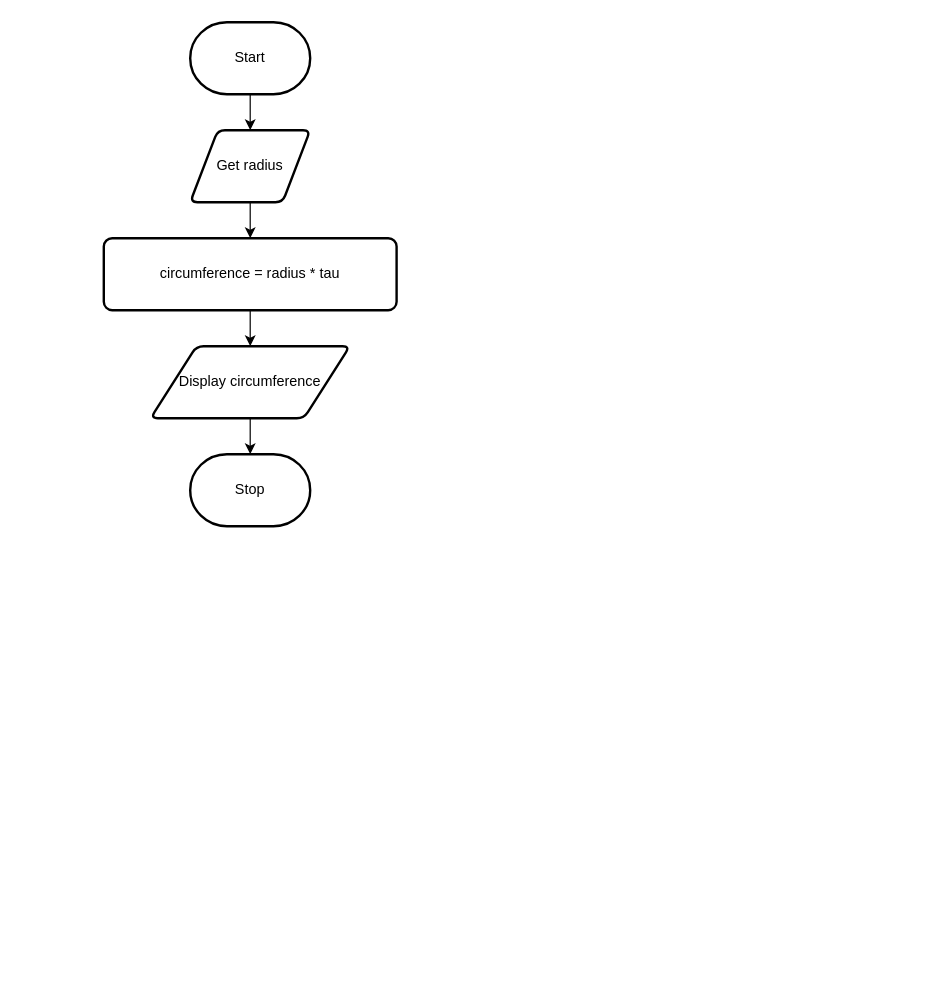
Samuel-Webster-178/ICS3U-Unit4-Unit4-07-Python keeps this draw.io diagram as page "Flowchart" (2 of 2) of design.drawio. Above is the earlier version. Source tidied: cells renumbered, new cells numbered last; positions are measured from the earlier drawing's top-left corner, leaving out a move shared by most shapes. Both pictures are drawn from the tidied source at 120%, with x=0, y=0 at pixel (103, 22).
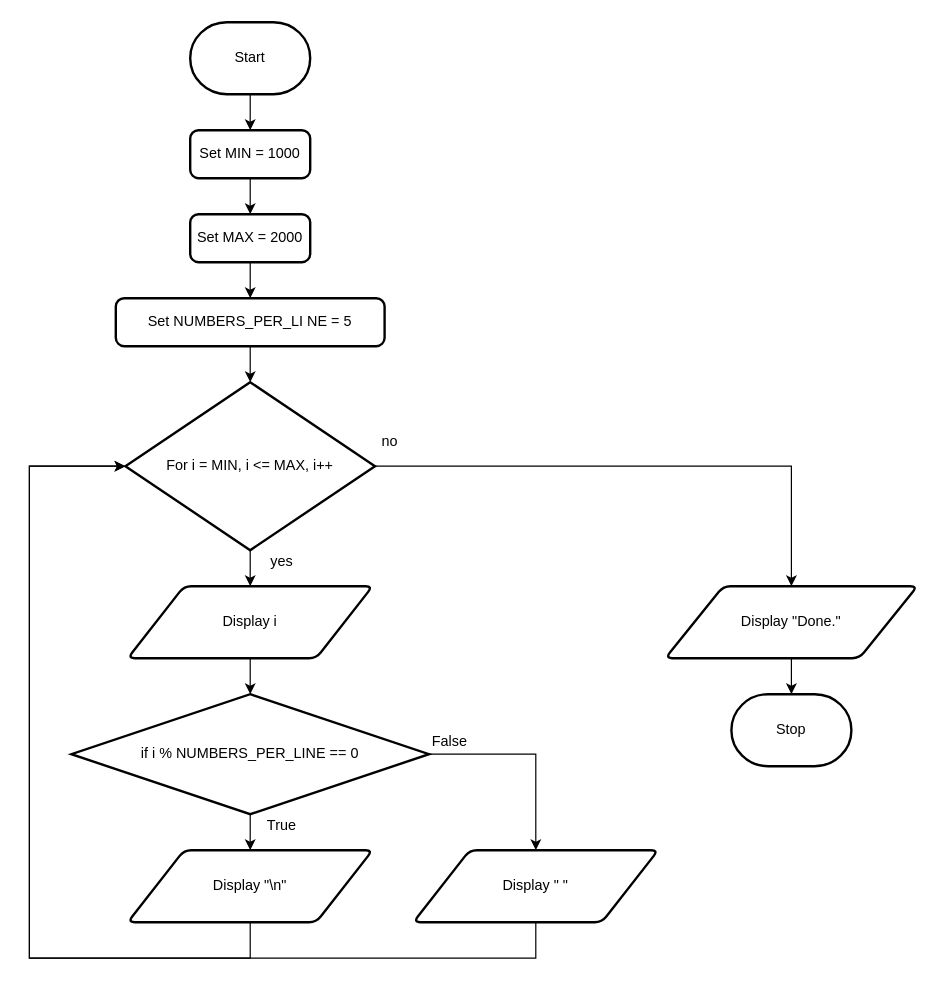
After the change.

Unchanged cells that the change refers to:
```xml
<mxCell id="3" value="Start" style="strokeWidth=2;html=1;shape=mxgraph.flowchart.terminator;whiteSpace=wrap;" parent="1" vertex="1">
  <mxGeometry x="72" width="100" height="60" as="geometry" />
</mxCell>
```

The edit, as a diff of the source:
```diff
@@
-    <mxCell id="2" style="edgeStyle=none;html=1;" parent="1" edge="1" source="3" target="5">
-      <mxGeometry relative="1" as="geometry" />
+    <mxCell id="2" style="edgeStyle=none;html=1;" parent="1" edge="1" source="3">
+      <mxGeometry relative="1" as="geometry">
+        <mxPoint x="122" y="90" as="targetPoint" />
+      </mxGeometry>
     </mxCell>
@@
-    <mxCell id="4" style="edgeStyle=none;html=1;" parent="1" edge="1" source="5" target="7">
-      <mxGeometry relative="1" as="geometry" />
-    </mxCell>
-    <mxCell id="5" value="Get radius" style="shape=parallelogram;html=1;strokeWidth=2;perimeter=parallelogramPerimeter;whiteSpace=wrap;rounded=1;arcSize=12;size=0.23;" parent="1" vertex="1">
-      <mxGeometry x="72" y="90" width="100" height="60" as="geometry" />
-    </mxCell>
-    <mxCell id="6" style="edgeStyle=none;html=1;" parent="1" edge="1" source="7" target="9">
-      <mxGeometry relative="1" as="geometry" />
-    </mxCell>
-    <mxCell id="7" value="circumference = radius * tau" style="rounded=1;whiteSpace=wrap;html=1;absoluteArcSize=1;arcSize=14;strokeWidth=2;" parent="1" vertex="1">
-      <mxGeometry y="180" width="244" height="60" as="geometry" />
-    </mxCell>
-    <mxCell id="8" style="edgeStyle=none;html=1;" parent="1" edge="1" source="9" target="10">
-      <mxGeometry relative="1" as="geometry" />
-    </mxCell>
-    <mxCell id="9" value="Display circumference" style="shape=parallelogram;html=1;strokeWidth=2;perimeter=parallelogramPerimeter;whiteSpace=wrap;rounded=1;arcSize=12;size=0.23;" parent="1" vertex="1">
-      <mxGeometry x="39" y="270" width="166" height="60" as="geometry" />
-    </mxCell>
     <mxCell id="10" value="Stop" style="strokeWidth=2;html=1;shape=mxgraph.flowchart.terminator;whiteSpace=wrap;" parent="1" vertex="1">
-      <mxGeometry x="72" y="360" width="100" height="60" as="geometry" />
+      <mxGeometry x="523" y="560" width="100" height="60" as="geometry" />
     </mxCell>
+    <mxCell id="11" style="edgeStyle=none;html=1;" parent="1" edge="1" source="12" target="14">
+      <mxGeometry relative="1" as="geometry" />
+    </mxCell>
+    <mxCell id="12" value="Set MIN = 1000" style="rounded=1;whiteSpace=wrap;html=1;absoluteArcSize=1;arcSize=14;strokeWidth=2;" parent="1" vertex="1">
+      <mxGeometry x="72" y="90" width="100" height="40" as="geometry" />
+    </mxCell>
+    <mxCell id="13" style="edgeStyle=none;html=1;" parent="1" edge="1" source="14" target="16">
+      <mxGeometry relative="1" as="geometry" />
+    </mxCell>
+    <mxCell id="14" value="Set MAX = 2000" style="rounded=1;whiteSpace=wrap;html=1;absoluteArcSize=1;arcSize=14;strokeWidth=2;" parent="1" vertex="1">
+      <mxGeometry x="72" y="160" width="100" height="40" as="geometry" />
+    </mxCell>
+    <mxCell id="15" style="edgeStyle=orthogonalEdgeStyle;html=1;" parent="1" edge="1" source="16" target="19">
+      <mxGeometry relative="1" as="geometry" />
+    </mxCell>
+    <mxCell id="16" value="Set NUMBERS_PER_LI NE = 5" style="rounded=1;whiteSpace=wrap;html=1;absoluteArcSize=1;arcSize=14;strokeWidth=2;" parent="1" vertex="1">
+      <mxGeometry x="10" y="230" width="224" height="40" as="geometry" />
+    </mxCell>
+    <mxCell id="17" style="edgeStyle=orthogonalEdgeStyle;html=1;" parent="1" edge="1" source="19">
+      <mxGeometry relative="1" as="geometry">
+        <mxPoint x="122" y="470" as="targetPoint" />
+      </mxGeometry>
+    </mxCell>
+    <mxCell id="18" style="edgeStyle=orthogonalEdgeStyle;rounded=0;html=1;entryX=0.5;entryY=0;entryDx=0;entryDy=0;" parent="1" edge="1" source="19" target="30">
+      <mxGeometry relative="1" as="geometry" />
+    </mxCell>
+    <mxCell id="19" value="For i = MIN, i &amp;lt;= MAX, i++" style="strokeWidth=2;html=1;shape=mxgraph.flowchart.decision;whiteSpace=wrap;" parent="1" vertex="1">
+      <mxGeometry x="18" y="300" width="208" height="140" as="geometry" />
+    </mxCell>
+    <mxCell id="20" style="edgeStyle=orthogonalEdgeStyle;html=1;" parent="1" edge="1" source="21" target="24">
+      <mxGeometry relative="1" as="geometry" />
+    </mxCell>
+    <mxCell id="21" value="Display i" style="shape=parallelogram;html=1;strokeWidth=2;perimeter=parallelogramPerimeter;whiteSpace=wrap;rounded=1;arcSize=12;size=0.23;" parent="1" vertex="1">
+      <mxGeometry x="20" y="470" width="204" height="60" as="geometry" />
+    </mxCell>
+    <mxCell id="22" style="edgeStyle=orthogonalEdgeStyle;html=1;" parent="1" edge="1" source="24" target="26">
+      <mxGeometry relative="1" as="geometry" />
+    </mxCell>
+    <mxCell id="23" style="edgeStyle=orthogonalEdgeStyle;html=1;entryX=0.5;entryY=0;entryDx=0;entryDy=0;rounded=0;" parent="1" edge="1" source="24" target="28">
+      <mxGeometry relative="1" as="geometry">
+        <Array as="points">
+          <mxPoint x="360" y="610" />
+        </Array>
+      </mxGeometry>
+    </mxCell>
+    <mxCell id="24" value="if i % NUMBERS_PER_LINE == 0" style="strokeWidth=2;html=1;shape=mxgraph.flowchart.decision;whiteSpace=wrap;" parent="1" vertex="1">
+      <mxGeometry x="-27" y="560" width="298" height="100" as="geometry" />
+    </mxCell>
+    <mxCell id="25" style="edgeStyle=orthogonalEdgeStyle;rounded=0;html=1;" parent="1" edge="1" source="26">
+      <mxGeometry relative="1" as="geometry">
+        <mxPoint x="18" y="370" as="targetPoint" />
+        <Array as="points">
+          <mxPoint x="122" y="780" />
+          <mxPoint x="-62" y="780" />
+          <mxPoint x="-62" y="370" />
+        </Array>
+      </mxGeometry>
+    </mxCell>
+    <mxCell id="26" value="Display &quot;\n&quot;" style="shape=parallelogram;html=1;strokeWidth=2;perimeter=parallelogramPerimeter;whiteSpace=wrap;rounded=1;arcSize=12;size=0.23;" parent="1" vertex="1">
+      <mxGeometry x="20" y="690" width="204" height="60" as="geometry" />
+    </mxCell>
+    <mxCell id="27" style="edgeStyle=orthogonalEdgeStyle;rounded=0;html=1;entryX=0;entryY=0.5;entryDx=0;entryDy=0;entryPerimeter=0;" parent="1" edge="1" source="28" target="19">
+      <mxGeometry relative="1" as="geometry">
+        <Array as="points">
+          <mxPoint x="360" y="780" />
+          <mxPoint x="-62" y="780" />
+          <mxPoint x="-62" y="370" />
+        </Array>
+      </mxGeometry>
+    </mxCell>
+    <mxCell id="28" value="Display &quot; &quot;" style="shape=parallelogram;html=1;strokeWidth=2;perimeter=parallelogramPerimeter;whiteSpace=wrap;rounded=1;arcSize=12;size=0.23;" parent="1" vertex="1">
+      <mxGeometry x="258" y="690" width="204" height="60" as="geometry" />
+    </mxCell>
+    <mxCell id="29" style="edgeStyle=orthogonalEdgeStyle;rounded=0;html=1;" parent="1" edge="1" source="30" target="10">
+      <mxGeometry relative="1" as="geometry" />
+    </mxCell>
+    <mxCell id="30" value="Display &quot;Done.&quot;" style="shape=parallelogram;html=1;strokeWidth=2;perimeter=parallelogramPerimeter;whiteSpace=wrap;rounded=1;arcSize=12;size=0.23;" parent="1" vertex="1">
+      <mxGeometry x="468" y="470" width="210" height="60" as="geometry" />
+    </mxCell>
+    <mxCell id="31" value="yes" style="text;html=1;align=center;verticalAlign=middle;strokeColor=none;fillColor=none;" parent="1" vertex="1">
+      <mxGeometry x="133" y="440" width="30" height="20" as="geometry" />
+    </mxCell>
+    <mxCell id="32" value="no" style="text;html=1;align=center;verticalAlign=middle;strokeColor=none;fillColor=none;" parent="1" vertex="1">
+      <mxGeometry x="223" y="340" width="30" height="20" as="geometry" />
+    </mxCell>
+    <mxCell id="33" value="True" style="text;html=1;align=center;verticalAlign=middle;strokeColor=none;fillColor=none;" parent="1" vertex="1">
+      <mxGeometry x="128" y="660" width="40" height="20" as="geometry" />
+    </mxCell>
+    <mxCell id="34" value="False" style="text;html=1;align=center;verticalAlign=middle;strokeColor=none;fillColor=none;" parent="1" vertex="1">
+      <mxGeometry x="263" y="590" width="50" height="20" as="geometry" />
+    </mxCell>
```
